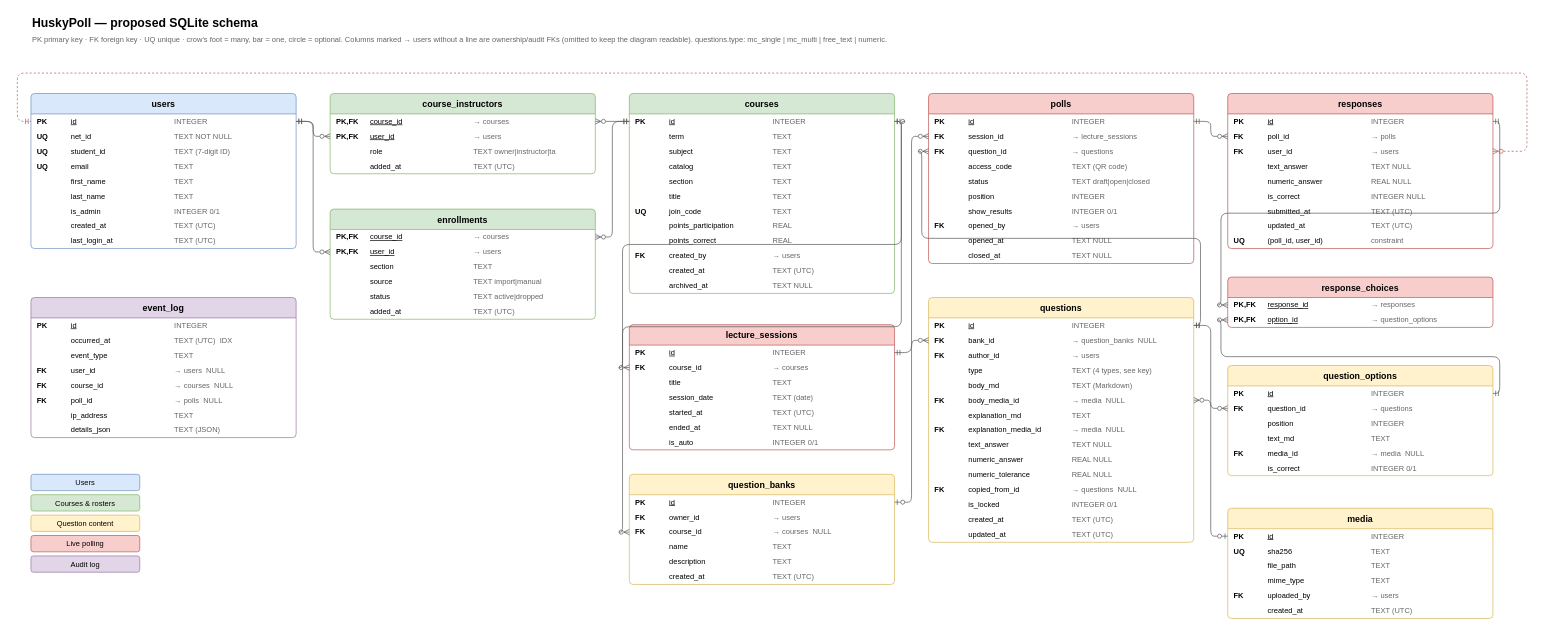
Earlier version of the draw.io diagram docs/SDP Team 47 Database diagrams.drawio (Aidan454/huskypoll). Source tidied: cells renumbered, new cells numbered last; positions are measured from the earlier drawing's top-left corner, leaving out a move shared by most shapes. Both pictures are drawn from the tidied source at 68%, with x=0, y=0 at pixel (17, 12).
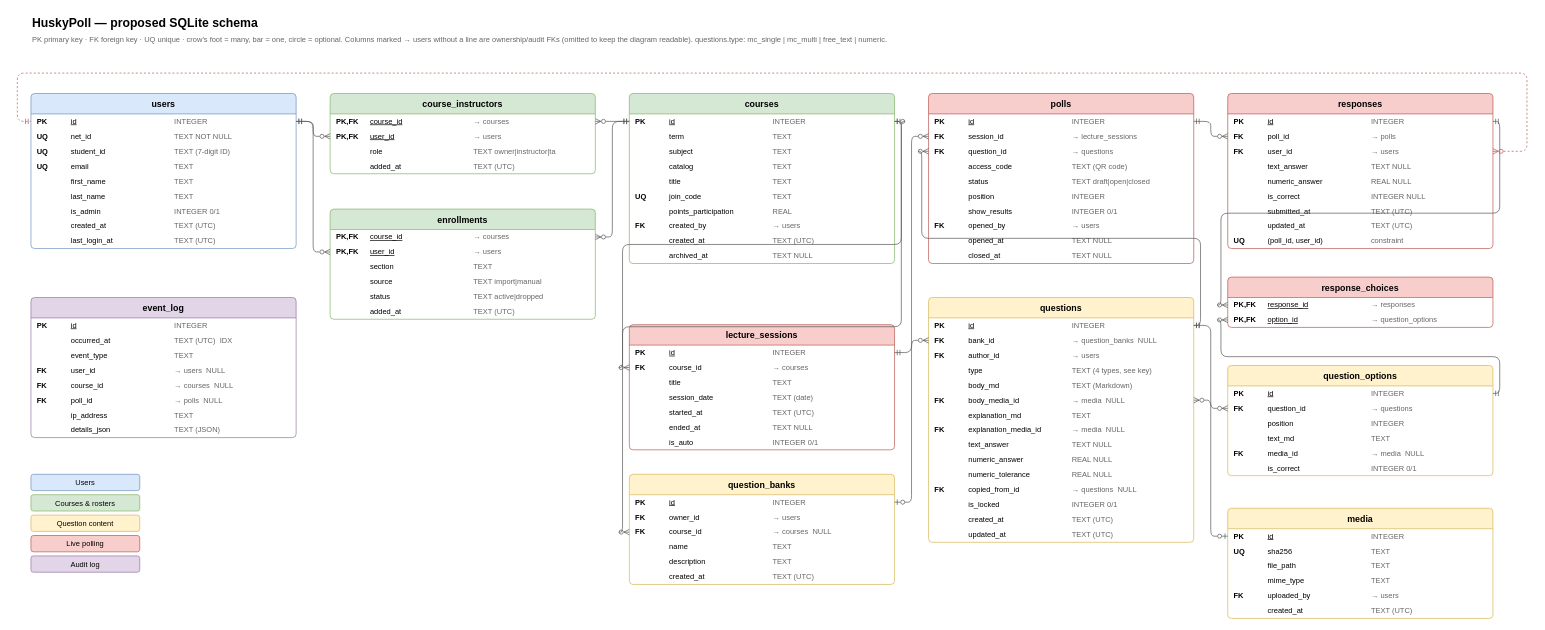
The same diagram, later.

What changed in the source:
```diff
@@
     <mxCell id="33" value="courses" style="swimlane;fontStyle=1;horizontal=1;startSize=30;fillColor=#d5e8d4;strokeColor=#82b366;rounded=1;arcSize=6;fontSize=13;swimlaneFillColor=#ffffff;" parent="1" vertex="1">
-      <mxGeometry x="900" y="120" width="390" height="294" as="geometry" />
+      <mxGeometry x="900" y="120" width="390" height="250" as="geometry" />
     </mxCell>
@@
-    <mxCell id="38" value="&lt;table style=&quot;width:100%;border-collapse:collapse&quot;&gt;&lt;tr&gt;&lt;td style=&quot;width:48px;white-space:nowrap&quot;&gt;&lt;/td&gt;&lt;td style=&quot;width:150px;white-space:nowrap&quot;&gt;section&lt;/td&gt;&lt;td style=&quot;white-space:nowrap&quot;&gt;&lt;font color=&quot;#666666&quot;&gt;TEXT&lt;/font&gt;&lt;/td&gt;&lt;/tr&gt;&lt;/table&gt;" style="text;html=1;strokeColor=none;fillColor=none;align=left;verticalAlign=middle;spacingLeft=6;spacingRight=4;overflow=hidden;fontSize=11;fontFamily=Helvetica;" parent="33" vertex="1">
-      <mxGeometry y="118" width="390" height="22" as="geometry" />
-    </mxCell>
     <mxCell id="39" value="&lt;table style=&quot;width:100%;border-collapse:collapse&quot;&gt;&lt;tr&gt;&lt;td style=&quot;width:48px;white-space:nowrap&quot;&gt;&lt;/td&gt;&lt;td style=&quot;width:150px;white-space:nowrap&quot;&gt;title&lt;/td&gt;&lt;td style=&quot;white-space:nowrap&quot;&gt;&lt;font color=&quot;#666666&quot;&gt;TEXT&lt;/font&gt;&lt;/td&gt;&lt;/tr&gt;&lt;/table&gt;" style="text;html=1;strokeColor=none;fillColor=none;align=left;verticalAlign=middle;spacingLeft=6;spacingRight=4;overflow=hidden;fontSize=11;fontFamily=Helvetica;" parent="33" vertex="1">
-      <mxGeometry y="140" width="390" height="22" as="geometry" />
+      <mxGeometry y="118" width="390" height="22" as="geometry" />
     </mxCell>
     <mxCell id="40" value="&lt;table style=&quot;width:100%;border-collapse:collapse&quot;&gt;&lt;tr&gt;&lt;td style=&quot;width:48px;white-space:nowrap&quot;&gt;&lt;b&gt;UQ&lt;/b&gt;&lt;/td&gt;&lt;td style=&quot;width:150px;white-space:nowrap&quot;&gt;join_code&lt;/td&gt;&lt;td style=&quot;white-space:nowrap&quot;&gt;&lt;font color=&quot;#666666&quot;&gt;TEXT&lt;/font&gt;&lt;/td&gt;&lt;/tr&gt;&lt;/table&gt;" style="text;html=1;strokeColor=none;fillColor=none;align=left;verticalAlign=middle;spacingLeft=6;spacingRight=4;overflow=hidden;fontSize=11;fontFamily=Helvetica;" parent="33" vertex="1">
-      <mxGeometry y="162" width="390" height="22" as="geometry" />
+      <mxGeometry y="140" width="390" height="22" as="geometry" />
     </mxCell>
     <mxCell id="41" value="&lt;table style=&quot;width:100%;border-collapse:collapse&quot;&gt;&lt;tr&gt;&lt;td style=&quot;width:48px;white-space:nowrap&quot;&gt;&lt;/td&gt;&lt;td style=&quot;width:150px;white-space:nowrap&quot;&gt;points_participation&lt;/td&gt;&lt;td style=&quot;white-space:nowrap&quot;&gt;&lt;font color=&quot;#666666&quot;&gt;REAL&lt;/font&gt;&lt;/td&gt;&lt;/tr&gt;&lt;/table&gt;" style="text;html=1;strokeColor=none;fillColor=none;align=left;verticalAlign=middle;spacingLeft=6;spacingRight=4;overflow=hidden;fontSize=11;fontFamily=Helvetica;" parent="33" vertex="1">
-      <mxGeometry y="184" width="390" height="22" as="geometry" />
+      <mxGeometry y="162" width="390" height="22" as="geometry" />
     </mxCell>
-    <mxCell id="42" value="&lt;table style=&quot;width:100%;border-collapse:collapse&quot;&gt;&lt;tr&gt;&lt;td style=&quot;width:48px;white-space:nowrap&quot;&gt;&lt;/td&gt;&lt;td style=&quot;width:150px;white-space:nowrap&quot;&gt;points_correct&lt;/td&gt;&lt;td style=&quot;white-space:nowrap&quot;&gt;&lt;font color=&quot;#666666&quot;&gt;REAL&lt;/font&gt;&lt;/td&gt;&lt;/tr&gt;&lt;/table&gt;" style="text;html=1;strokeColor=none;fillColor=none;align=left;verticalAlign=middle;spacingLeft=6;spacingRight=4;overflow=hidden;fontSize=11;fontFamily=Helvetica;" parent="33" vertex="1">
-      <mxGeometry y="206" width="390" height="22" as="geometry" />
-    </mxCell>
     <mxCell id="43" value="&lt;table style=&quot;width:100%;border-collapse:collapse&quot;&gt;&lt;tr&gt;&lt;td style=&quot;width:48px;white-space:nowrap&quot;&gt;&lt;b&gt;FK&lt;/b&gt;&lt;/td&gt;&lt;td style=&quot;width:150px;white-space:nowrap&quot;&gt;created_by&lt;/td&gt;&lt;td style=&quot;white-space:nowrap&quot;&gt;&lt;font color=&quot;#666666&quot;&gt;→ users&lt;/font&gt;&lt;/td&gt;&lt;/tr&gt;&lt;/table&gt;" style="text;html=1;strokeColor=none;fillColor=none;align=left;verticalAlign=middle;spacingLeft=6;spacingRight=4;overflow=hidden;fontSize=11;fontFamily=Helvetica;" parent="33" vertex="1">
-      <mxGeometry y="228" width="390" height="22" as="geometry" />
+      <mxGeometry y="184" width="390" height="22" as="geometry" />
     </mxCell>
     <mxCell id="44" value="&lt;table style=&quot;width:100%;border-collapse:collapse&quot;&gt;&lt;tr&gt;&lt;td style=&quot;width:48px;white-space:nowrap&quot;&gt;&lt;/td&gt;&lt;td style=&quot;width:150px;white-space:nowrap&quot;&gt;created_at&lt;/td&gt;&lt;td style=&quot;white-space:nowrap&quot;&gt;&lt;font color=&quot;#666666&quot;&gt;TEXT (UTC)&lt;/font&gt;&lt;/td&gt;&lt;/tr&gt;&lt;/table&gt;" style="text;html=1;strokeColor=none;fillColor=none;align=left;verticalAlign=middle;spacingLeft=6;spacingRight=4;overflow=hidden;fontSize=11;fontFamily=Helvetica;" parent="33" vertex="1">
-      <mxGeometry y="250" width="390" height="22" as="geometry" />
+      <mxGeometry y="206" width="390" height="22" as="geometry" />
     </mxCell>
     <mxCell id="45" value="&lt;table style=&quot;width:100%;border-collapse:collapse&quot;&gt;&lt;tr&gt;&lt;td style=&quot;width:48px;white-space:nowrap&quot;&gt;&lt;/td&gt;&lt;td style=&quot;width:150px;white-space:nowrap&quot;&gt;archived_at&lt;/td&gt;&lt;td style=&quot;white-space:nowrap&quot;&gt;&lt;font color=&quot;#666666&quot;&gt;TEXT NULL&lt;/font&gt;&lt;/td&gt;&lt;/tr&gt;&lt;/table&gt;" style="text;html=1;strokeColor=none;fillColor=none;align=left;verticalAlign=middle;spacingLeft=6;spacingRight=4;overflow=hidden;fontSize=11;fontFamily=Helvetica;" parent="33" vertex="1">
-      <mxGeometry y="272" width="390" height="22" as="geometry" />
+      <mxGeometry y="228" width="390" height="22" as="geometry" />
     </mxCell>
```
